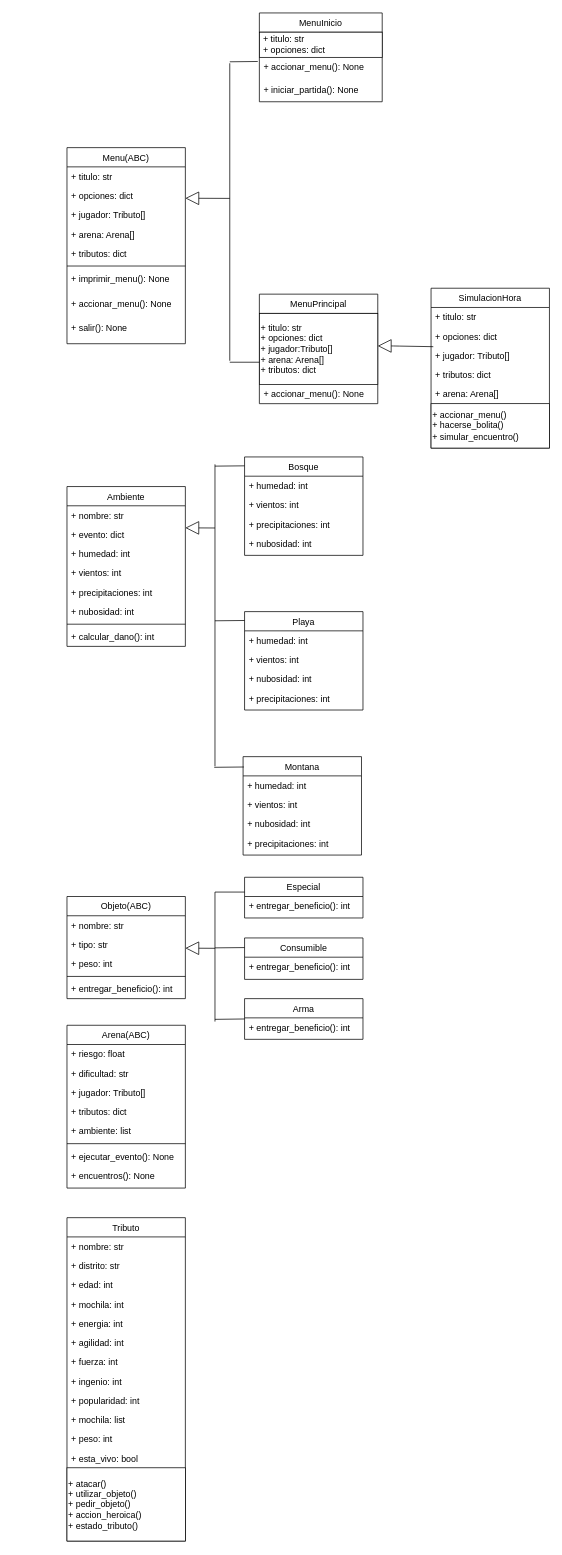
Above: Untitled Diagram.drawio in catalinasaini/random (draw.io), before the change. Source tidied: cells renumbered, new cells numbered last; positions are measured from the earlier drawing's top-left corner, leaving out a move shared by most shapes. Both pictures are drawn from the tidied source at 74%, with x=0, y=0 at pixel (67, 13).
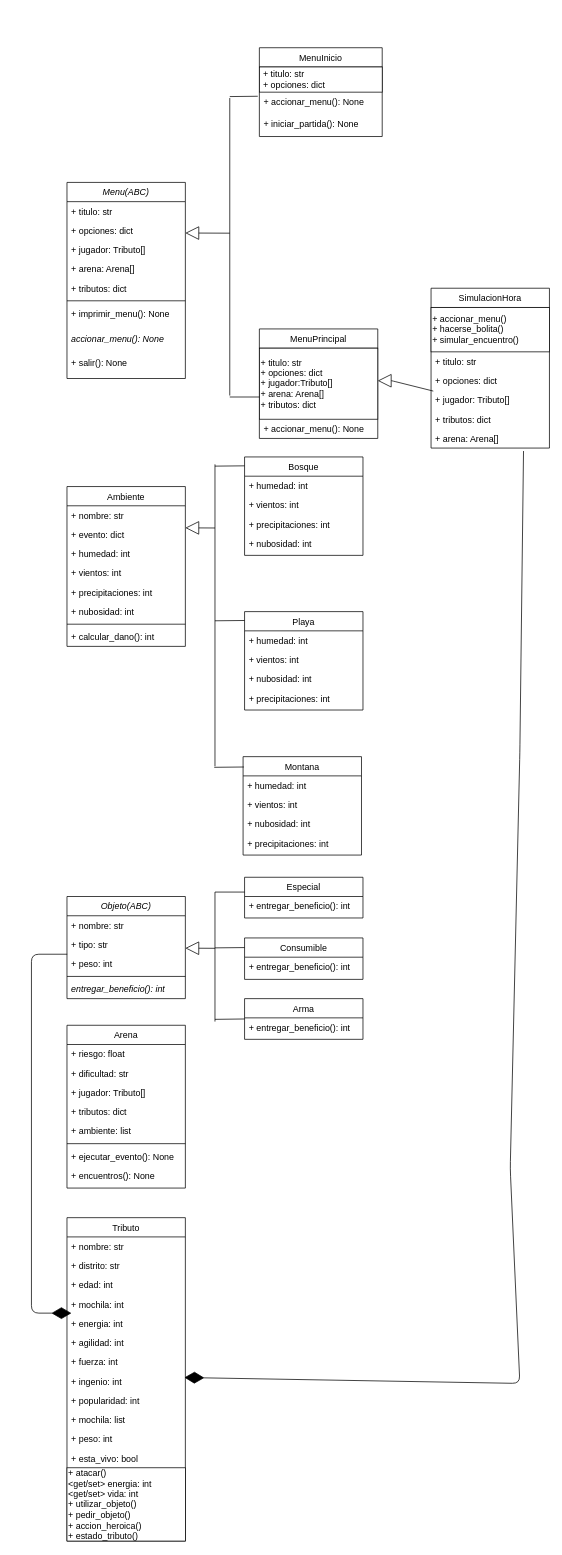
After the change.

Unchanged cells that the change refers to:
```xml
<mxCell id="20" value="SimulacionHora" style="swimlane;fontStyle=0;align=center;verticalAlign=top;horizontal=1;startSize=26;rounded=0;shadow=0;strokeWidth=1;" parent="1" vertex="1">
  <mxGeometry x="492" y="372" width="160" height="216" as="geometry" />
</mxCell>
<mxCell id="27" value="Tributo" style="swimlane;fontStyle=0;align=center;verticalAlign=top;horizontal=1;startSize=26;rounded=0;shadow=0;strokeWidth=1;" parent="1" vertex="1">
  <mxGeometry y="1628" width="160" height="437" as="geometry" />
</mxCell>
<mxCell id="70" value="+ peso: int" style="text;align=left;verticalAlign=top;spacingLeft=4;spacingRight=4;overflow=hidden;points=[[0,0.5],[1,0.5]];portConstraint=eastwest;rounded=0;shadow=0;html=0;" parent="67" vertex="1">
  <mxGeometry y="78" width="160" height="26" as="geometry" />
</mxCell>
```

Change to the diagram source:
```diff
@@
-    <mxCell id="2" value="Menu(ABC)" style="swimlane;fontStyle=0;align=center;verticalAlign=top;horizontal=1;startSize=26;rounded=0;shadow=0;strokeWidth=1;" parent="1" vertex="1">
-      <mxGeometry y="182" width="160" height="265" as="geometry" />
+    <mxCell id="2" value="Menu(ABC)" style="swimlane;fontStyle=2;align=center;verticalAlign=top;horizontal=1;startSize=26;rounded=0;shadow=0;strokeWidth=1;" parent="1" vertex="1">
+      <mxGeometry y="229" width="160" height="265" as="geometry" />
     </mxCell>
@@
-    <mxCell id="10" value="+ accionar_menu(): None" style="text;align=left;verticalAlign=top;spacingLeft=4;spacingRight=4;overflow=hidden;" parent="2" vertex="1">
+    <mxCell id="10" value="accionar_menu(): None" style="text;align=left;verticalAlign=top;spacingLeft=4;spacingRight=4;overflow=hidden;fontStyle=2;" parent="2" vertex="1">
       <mxGeometry y="198" width="160" height="32" as="geometry" />
     </mxCell>
@@
     <mxCell id="12" value="MenuPrincipal" style="swimlane;fontStyle=0;align=center;verticalAlign=top;horizontal=1;startSize=26;rounded=0;shadow=0;strokeWidth=1;" parent="1" vertex="1">
-      <mxGeometry x="260" y="380" width="160" height="148" as="geometry" />
+      <mxGeometry x="260" y="427" width="160" height="148" as="geometry" />
     </mxCell>
@@
     <mxCell id="15" value="MenuInicio" style="swimlane;fontStyle=0;align=center;verticalAlign=top;horizontal=1;startSize=26;rounded=0;shadow=0;strokeWidth=1;" parent="1" vertex="1">
-      <mxGeometry x="260" width="166" height="120" as="geometry" />
+      <mxGeometry x="260" y="47" width="166" height="120" as="geometry" />
     </mxCell>
@@
+    <mxCell id="26" value="+ accionar_menu()&lt;br&gt;+ hacerse_bolita()&lt;br&gt;+ simular_encuentro()" style="rounded=0;whiteSpace=wrap;html=1;align=left;" parent="20" vertex="1">
+      <mxGeometry y="26" width="160" height="60" as="geometry" />
+    </mxCell>
     <mxCell id="21" value="+ titulo: str" style="text;align=left;verticalAlign=top;spacingLeft=4;spacingRight=4;overflow=hidden;" parent="20" vertex="1">
-      <mxGeometry y="26" width="160" height="26" as="geometry" />
+      <mxGeometry y="86" width="160" height="26" as="geometry" />
     </mxCell>
     <mxCell id="22" value="+ opciones: dict" style="text;align=left;verticalAlign=top;spacingLeft=4;spacingRight=4;overflow=hidden;" parent="20" vertex="1">
-      <mxGeometry y="52" width="160" height="26" as="geometry" />
+      <mxGeometry y="112" width="160" height="26" as="geometry" />
     </mxCell>
     <mxCell id="23" value="+ jugador: Tributo[]" style="text;align=left;verticalAlign=top;spacingLeft=4;spacingRight=4;overflow=hidden;points=[[0,0.5],[1,0.5]];portConstraint=eastwest;" parent="20" vertex="1">
-      <mxGeometry y="78" width="160" height="26" as="geometry" />
+      <mxGeometry y="138" width="160" height="26" as="geometry" />
     </mxCell>
     <mxCell id="24" value="+ tributos: dict" style="text;align=left;verticalAlign=top;spacingLeft=4;spacingRight=4;overflow=hidden;" parent="20" vertex="1">
-      <mxGeometry y="104" width="160" height="26" as="geometry" />
+      <mxGeometry y="164" width="160" height="26" as="geometry" />
     </mxCell>
     <mxCell id="25" value="+ arena: Arena[]" style="text;align=left;verticalAlign=top;spacingLeft=4;spacingRight=4;overflow=hidden;points=[[0,0.5],[1,0.5]];portConstraint=eastwest;" parent="20" vertex="1">
-      <mxGeometry y="130" width="160" height="26" as="geometry" />
+      <mxGeometry y="190" width="160" height="26" as="geometry" />
     </mxCell>
-    <mxCell id="26" value="+ accionar_menu()&lt;br&gt;+ hacerse_bolita()&lt;br&gt;+ simular_encuentro()" style="rounded=0;whiteSpace=wrap;html=1;align=left;" parent="20" vertex="1">
-      <mxGeometry y="156" width="160" height="60" as="geometry" />
-    </mxCell>
@@
-    <mxCell id="40" value="+ atacar()&lt;br&gt;+ utilizar_objeto()&lt;br&gt;+ pedir_objeto()&lt;br&gt;+ accion_heroica()&lt;br&gt;+ estado_tributo()" style="rounded=0;whiteSpace=wrap;html=1;align=left;" parent="27" vertex="1">
+    <mxCell id="40" value="+ atacar()&lt;br&gt;&amp;lt;get/set&amp;gt; energia: int&lt;br&gt;&amp;lt;get/set&amp;gt; vida: int&lt;br&gt;+ utilizar_objeto()&lt;br&gt;+ pedir_objeto()&lt;br&gt;+ accion_heroica()&lt;br&gt;+ estado_tributo()" style="rounded=0;whiteSpace=wrap;html=1;align=left;" parent="27" vertex="1">
       <mxGeometry y="338" width="160" height="99" as="geometry" />
     </mxCell>
@@
-    <mxCell id="67" value="Objeto(ABC)" style="swimlane;fontStyle=0;align=center;verticalAlign=top;horizontal=1;startSize=26;rounded=0;shadow=0;strokeWidth=1;" parent="1" vertex="1">
+    <mxCell id="67" value="Objeto(ABC)" style="swimlane;fontStyle=2;align=center;verticalAlign=top;horizontal=1;startSize=26;rounded=0;shadow=0;strokeWidth=1;" parent="1" vertex="1">
       <mxGeometry y="1194" width="160" height="138" as="geometry" />
     </mxCell>
@@
-    <mxCell id="72" value="+ entregar_beneficio(): int" style="text;align=left;verticalAlign=top;spacingLeft=4;spacingRight=4;overflow=hidden;" parent="67" vertex="1">
+    <mxCell id="72" value="entregar_beneficio(): int" style="text;align=left;verticalAlign=top;spacingLeft=4;spacingRight=4;overflow=hidden;fontStyle=2;" parent="67" vertex="1">
       <mxGeometry y="112" width="160" height="26" as="geometry" />
     </mxCell>
@@
-    <mxCell id="82" value="Arena(ABC)" style="swimlane;fontStyle=0;align=center;verticalAlign=top;horizontal=1;startSize=26;rounded=0;shadow=0;strokeWidth=1;" parent="1" vertex="1">
+    <mxCell id="82" value="Arena" style="swimlane;fontStyle=0;align=center;verticalAlign=top;horizontal=1;startSize=26;rounded=0;shadow=0;strokeWidth=1;" parent="1" vertex="1">
       <mxGeometry y="1368" width="160" height="220" as="geometry" />
     </mxCell>
@@
     <mxCell id="91" style="endArrow=block;endSize=16;endFill=0;html=1;" parent="1" edge="1">
       <mxGeometry x="-1" y="-180" relative="1" as="geometry">
-        <mxPoint x="220" y="250.6" as="sourcePoint" />
-        <mxPoint x="160" y="250.4" as="targetPoint" />
+        <mxPoint x="220" y="297.6" as="sourcePoint" />
+        <mxPoint x="160" y="297.4" as="targetPoint" />
         <mxPoint x="11" as="offset" />
       </mxGeometry>
     </mxCell>
     <mxCell id="92" style="endArrow=none;html=1;" parent="1" edge="1">
       <mxGeometry relative="1" as="geometry">
-        <mxPoint x="220" y="470" as="sourcePoint" />
-        <mxPoint x="220" y="68" as="targetPoint" />
+        <mxPoint x="220" y="517" as="sourcePoint" />
+        <mxPoint x="220" y="115" as="targetPoint" />
       </mxGeometry>
     </mxCell>
     <mxCell id="93" style="endArrow=block;endSize=16;endFill=0;html=1;exitX=0.019;exitY=0.038;exitDx=0;exitDy=0;exitPerimeter=0;" parent="1" edge="1" source="23">
       <mxGeometry y="110" relative="1" as="geometry">
-        <mxPoint x="420" y="450" as="targetPoint" />
+        <mxPoint x="420" y="497" as="targetPoint" />
         <Array as="points">
-          <mxPoint x="439" y="450" />
+          <mxPoint x="439" y="497" />
         </Array>
       </mxGeometry>
     </mxCell>
     <mxCell id="94" style="endArrow=none;html=1;" parent="1" edge="1">
       <mxGeometry relative="1" as="geometry">
-        <mxPoint x="220" y="472" as="sourcePoint" />
-        <mxPoint x="260" y="472" as="targetPoint" />
+        <mxPoint x="220" y="519" as="sourcePoint" />
+        <mxPoint x="260" y="519" as="targetPoint" />
       </mxGeometry>
     </mxCell>
@@
+    <mxCell id="100" style="endArrow=diamondThin;endFill=1;endSize=24;html=1;exitX=0.002;exitY=0;exitDx=0;exitDy=0;exitPerimeter=0;" parent="1" edge="1" source="70">
+      <mxGeometry relative="1" as="geometry">
+        <mxPoint x="6" y="1757" as="targetPoint" />
+        <Array as="points">
+          <mxPoint x="-48" y="1272" />
+          <mxPoint x="-48" y="1757" />
+        </Array>
+      </mxGeometry>
+    </mxCell>
+    <mxCell id="101" style="endArrow=diamondThin;endFill=1;endSize=24;html=1;exitX=0.781;exitY=1.154;exitDx=0;exitDy=0;exitPerimeter=0;" parent="1" edge="1" source="25">
+      <mxGeometry relative="1" as="geometry">
+        <mxPoint x="158.7" y="1844" as="targetPoint" />
+        <Array as="points">
+          <mxPoint x="612" y="999" />
+          <mxPoint x="599" y="1562" />
+          <mxPoint x="612" y="1852" />
+        </Array>
+      </mxGeometry>
+    </mxCell>
```
